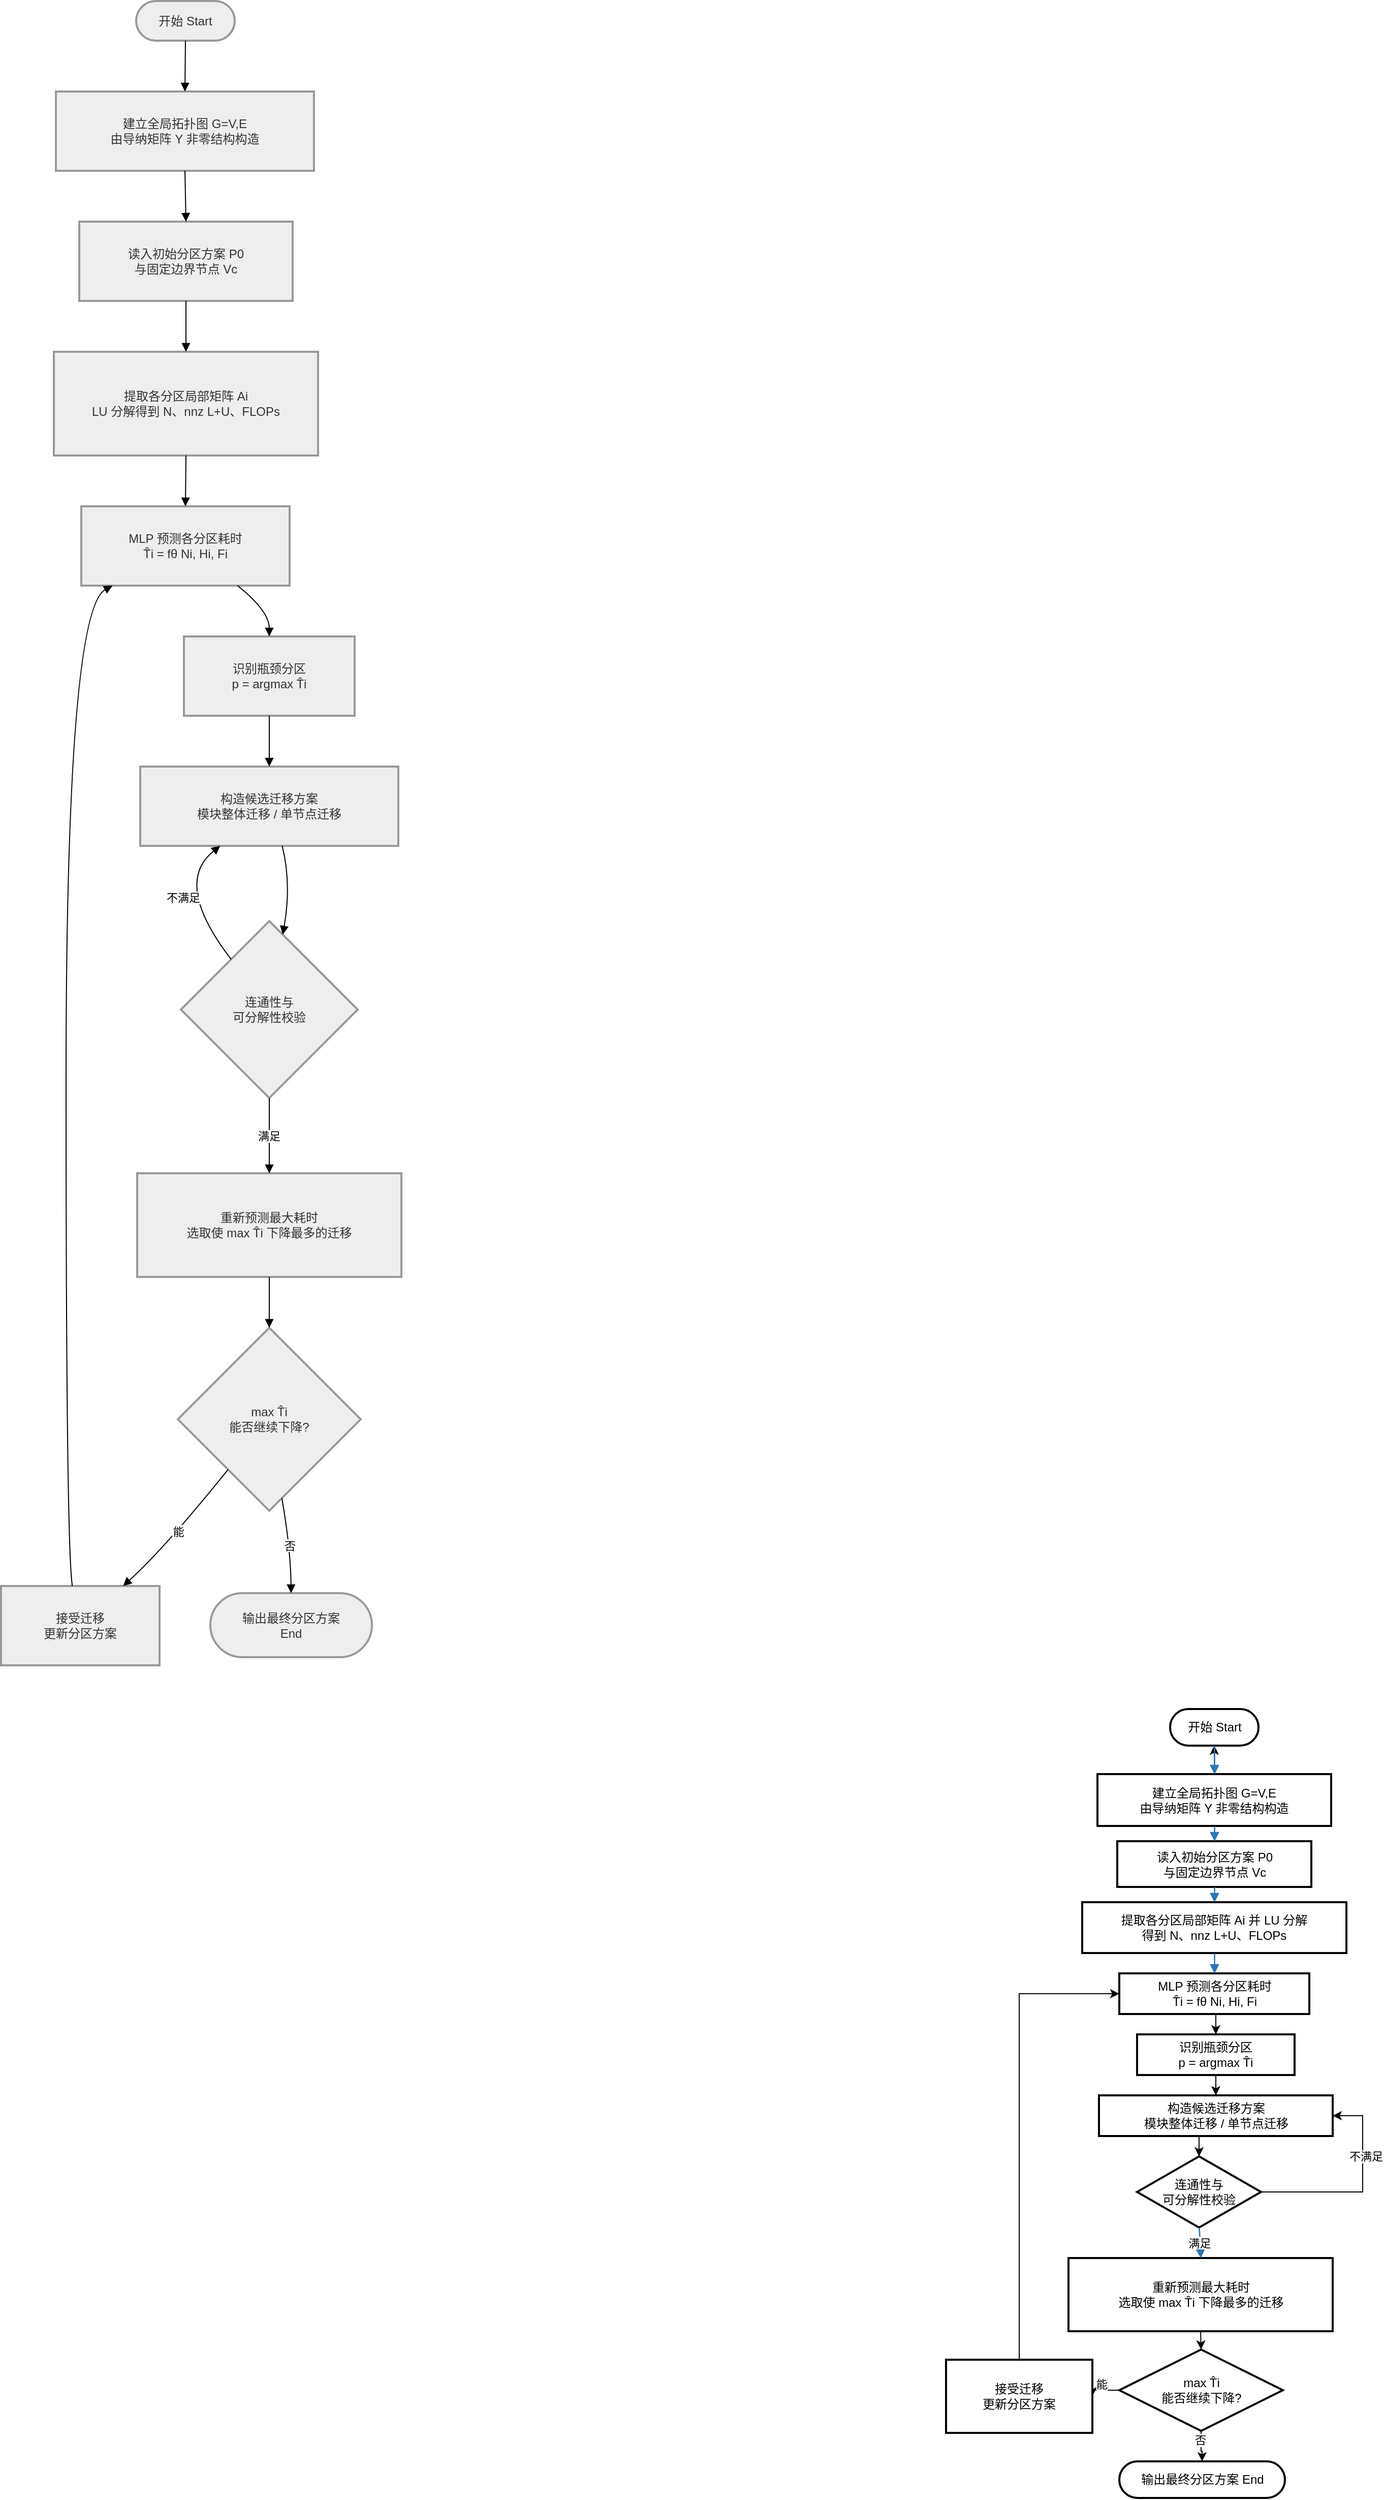
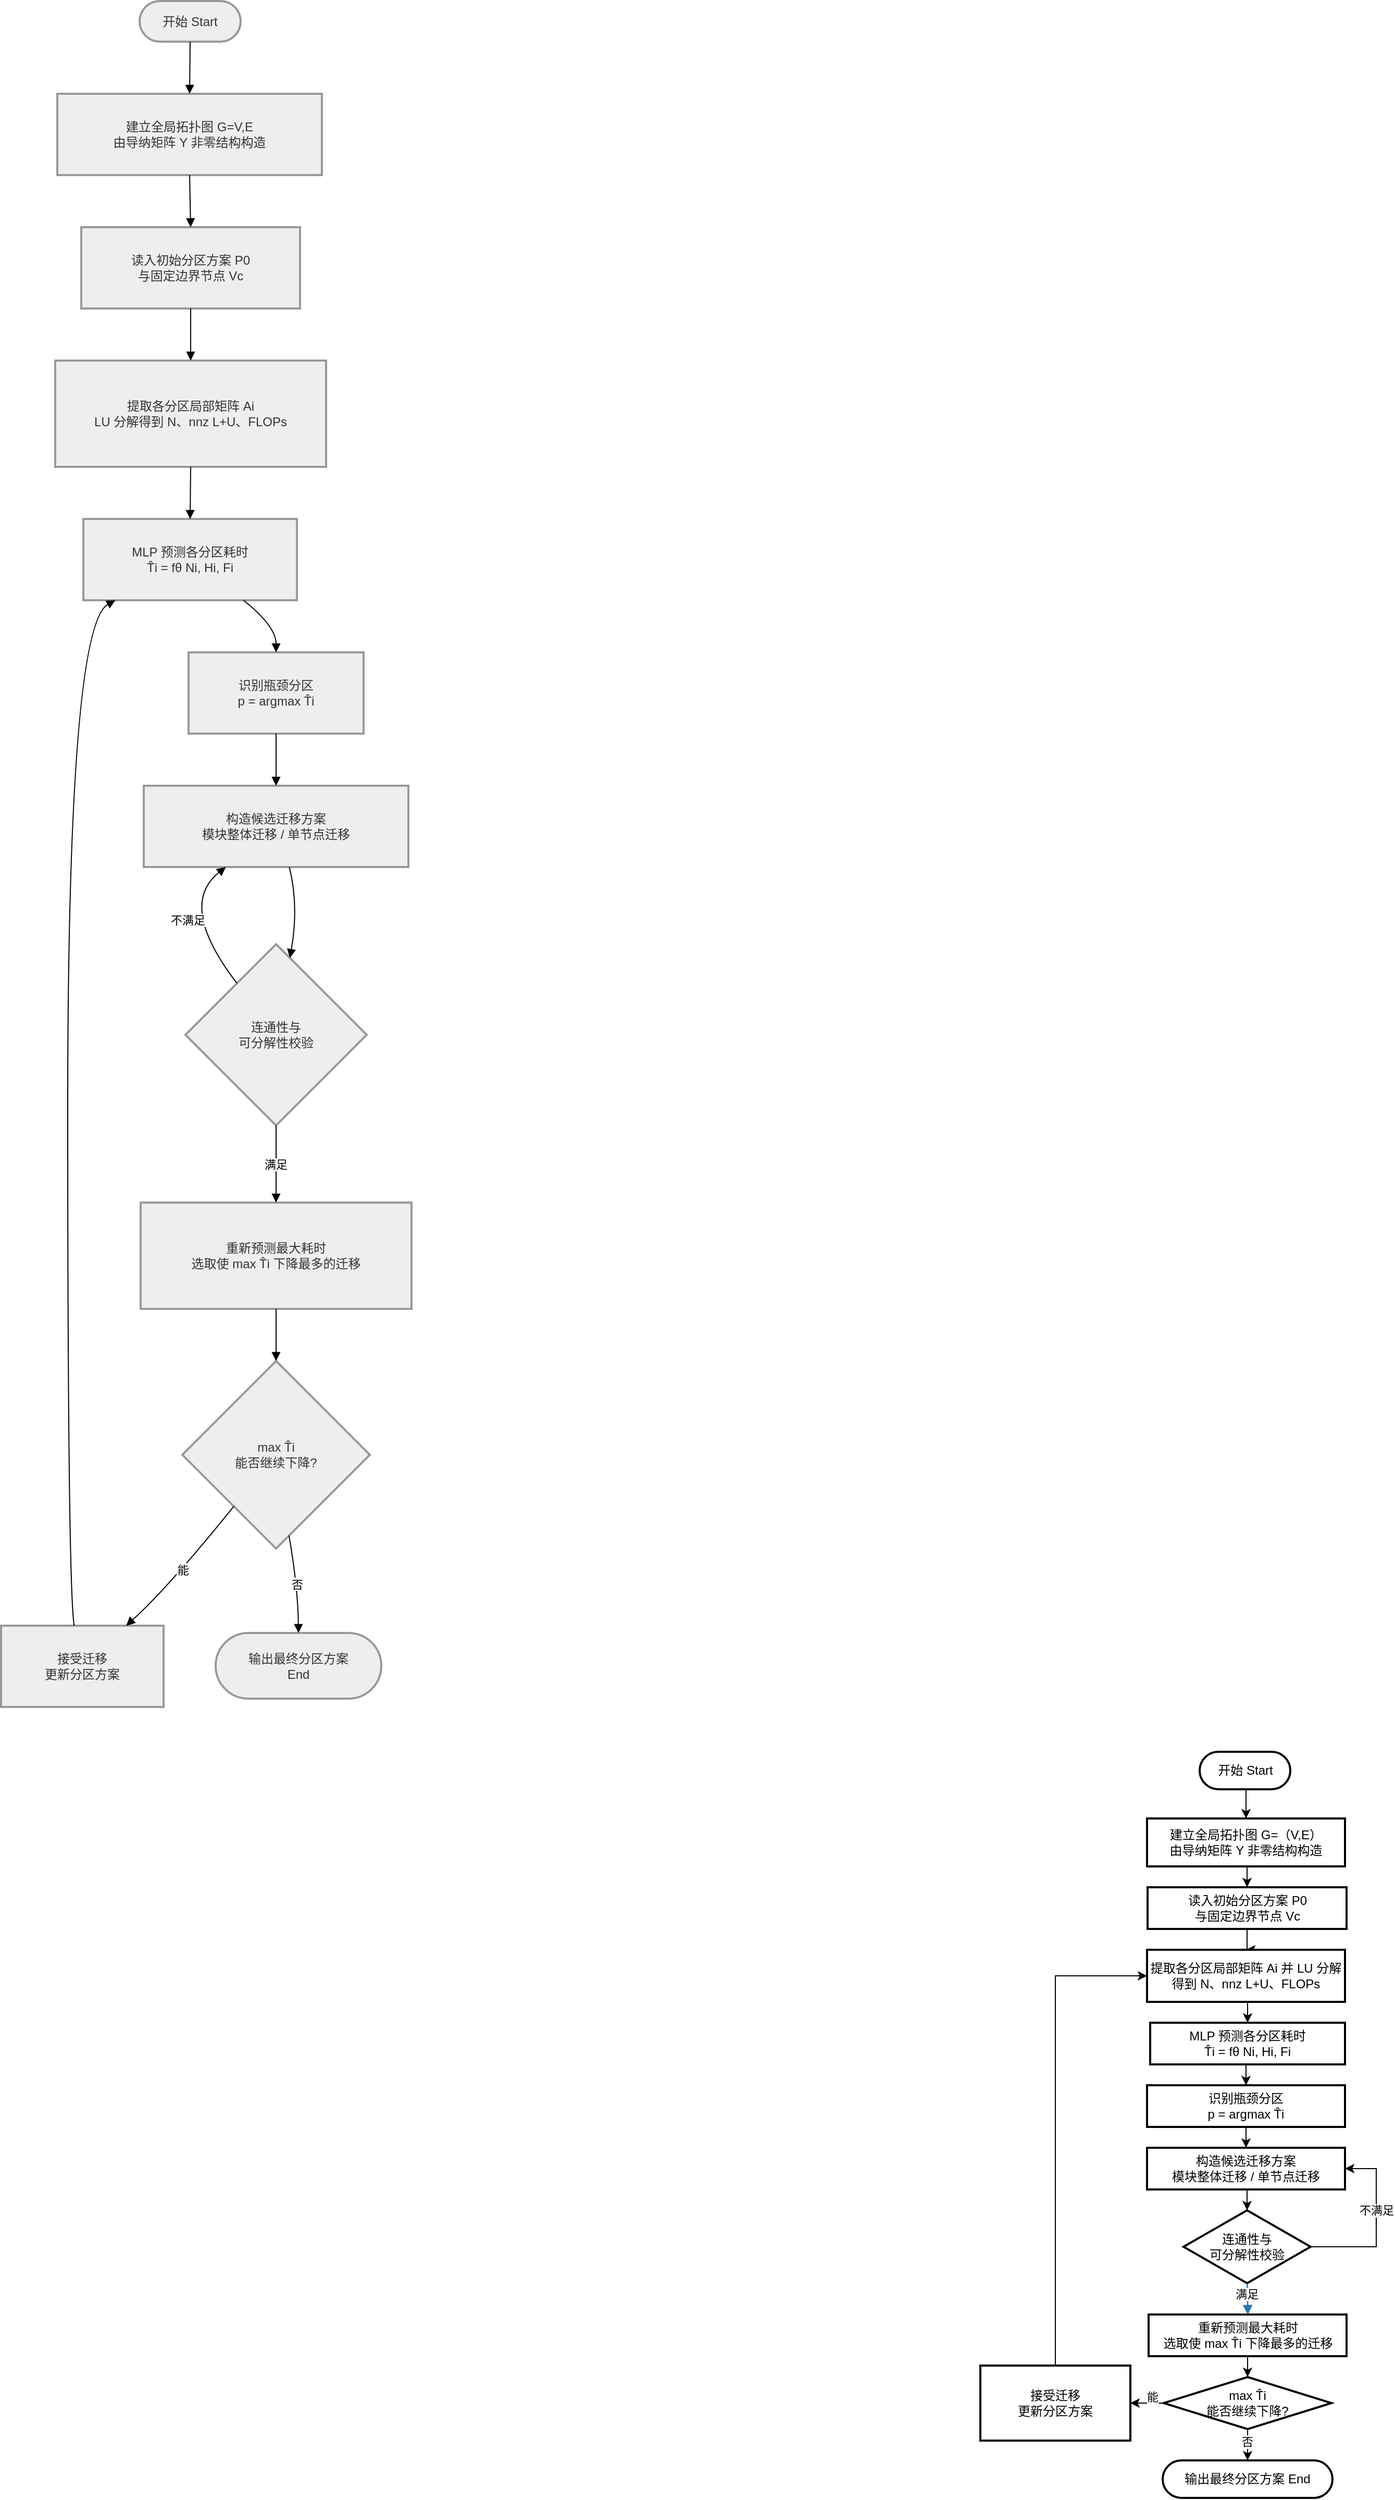
<mxfile host="app.diagrams.net">
  <diagram id="C5RBs43oDa-KdzZeNtuy" name="Page-1">
-     <mxGraphModel dx="1758" dy="933" grid="1" gridSize="10" guides="1" tooltips="1" connect="1" arrows="1" fold="1" page="0" pageScale="1" pageWidth="827" pageHeight="1169" math="0" shadow="0">
+     <mxGraphModel dx="469" dy="249" grid="1" gridSize="10" guides="1" tooltips="1" connect="1" arrows="1" fold="1" page="0" pageScale="1" pageWidth="827" pageHeight="1169" math="0" shadow="0">
      <root>
        <mxCell id="WIyWlLk6GJQsqaUBKTNV-0" />
        <mxCell id="WIyWlLk6GJQsqaUBKTNV-1" parent="WIyWlLk6GJQsqaUBKTNV-0" />
        <mxCell id="Rnd2EKu7hbV3BZERFTsq-0" parent="WIyWlLk6GJQsqaUBKTNV-1" style="rounded=1;whiteSpace=wrap;arcSize=50;strokeWidth=2;fillColor=light-dark(#eeeeee,#1f2020);strokeColor=light-dark(#999999,#cccccc);fontColor=light-dark(#333333,#cccccc);" value="开始 Start" vertex="1">
          <mxGeometry height="39" width="97" x="153" y="20" as="geometry" />
        </mxCell>
        <mxCell id="Rnd2EKu7hbV3BZERFTsq-1" parent="WIyWlLk6GJQsqaUBKTNV-1" style="whiteSpace=wrap;strokeWidth=2;fillColor=light-dark(#eeeeee,#1f2020);strokeColor=light-dark(#999999,#cccccc);fontColor=light-dark(#333333,#cccccc);" value="建立全局拓扑图 G=V,E&#xa;由导纳矩阵 Y 非零结构构造" vertex="1">
          <mxGeometry height="78" width="254" x="74" y="109" as="geometry" />
        </mxCell>
        <mxCell id="Rnd2EKu7hbV3BZERFTsq-2" parent="WIyWlLk6GJQsqaUBKTNV-1" style="whiteSpace=wrap;strokeWidth=2;fillColor=light-dark(#eeeeee,#1f2020);strokeColor=light-dark(#999999,#cccccc);fontColor=light-dark(#333333,#cccccc);" value="读入初始分区方案 P0&#xa;与固定边界节点 Vc" vertex="1">
          <mxGeometry height="78" width="210" x="97" y="237" as="geometry" />
        </mxCell>
        <mxCell id="Rnd2EKu7hbV3BZERFTsq-3" parent="WIyWlLk6GJQsqaUBKTNV-1" style="whiteSpace=wrap;strokeWidth=2;fillColor=light-dark(#eeeeee,#1f2020);strokeColor=light-dark(#999999,#cccccc);fontColor=light-dark(#333333,#cccccc);" value="提取各分区局部矩阵 Ai&#xa;LU 分解得到 N、nnz L+U、FLOPs" vertex="1">
          <mxGeometry height="102" width="260" x="72" y="365" as="geometry" />
        </mxCell>
        <mxCell id="Rnd2EKu7hbV3BZERFTsq-4" parent="WIyWlLk6GJQsqaUBKTNV-1" style="whiteSpace=wrap;strokeWidth=2;fillColor=light-dark(#eeeeee,#1f2020);strokeColor=light-dark(#999999,#cccccc);fontColor=light-dark(#333333,#cccccc);" value="MLP 预测各分区耗时&#xa;T̂i = fθ Ni, Hi, Fi" vertex="1">
          <mxGeometry height="78" width="205" x="99" y="517" as="geometry" />
        </mxCell>
        <mxCell id="Rnd2EKu7hbV3BZERFTsq-5" parent="WIyWlLk6GJQsqaUBKTNV-1" style="whiteSpace=wrap;strokeWidth=2;fillColor=light-dark(#eeeeee,#1f2020);strokeColor=light-dark(#999999,#cccccc);fontColor=light-dark(#333333,#cccccc);" value="识别瓶颈分区&#xa;p = argmax T̂i" vertex="1">
          <mxGeometry height="78" width="168" x="200" y="645" as="geometry" />
        </mxCell>
        <mxCell id="Rnd2EKu7hbV3BZERFTsq-6" parent="WIyWlLk6GJQsqaUBKTNV-1" style="whiteSpace=wrap;strokeWidth=2;fillColor=light-dark(#eeeeee,#1f2020);strokeColor=light-dark(#999999,#cccccc);fontColor=light-dark(#333333,#cccccc);" value="构造候选迁移方案&#xa;模块整体迁移 / 单节点迁移" vertex="1">
          <mxGeometry height="78" width="254" x="157" y="773" as="geometry" />
        </mxCell>
        <mxCell id="Rnd2EKu7hbV3BZERFTsq-7" parent="WIyWlLk6GJQsqaUBKTNV-1" style="rhombus;strokeWidth=2;whiteSpace=wrap;fillColor=light-dark(#eeeeee,#1f2020);strokeColor=light-dark(#999999,#cccccc);fontColor=light-dark(#333333,#cccccc);" value="连通性与&#xa;可分解性校验" vertex="1">
          <mxGeometry height="174" width="174" x="197" y="925" as="geometry" />
        </mxCell>
        <mxCell id="Rnd2EKu7hbV3BZERFTsq-8" parent="WIyWlLk6GJQsqaUBKTNV-1" style="whiteSpace=wrap;strokeWidth=2;fillColor=light-dark(#eeeeee,#1f2020);strokeColor=light-dark(#999999,#cccccc);fontColor=light-dark(#333333,#cccccc);" value="重新预测最大耗时&#xa;选取使 max T̂i 下降最多的迁移" vertex="1">
          <mxGeometry height="102" width="260" x="154" y="1173" as="geometry" />
        </mxCell>
        <mxCell id="Rnd2EKu7hbV3BZERFTsq-9" parent="WIyWlLk6GJQsqaUBKTNV-1" style="rhombus;strokeWidth=2;whiteSpace=wrap;fillColor=light-dark(#eeeeee,#1f2020);strokeColor=light-dark(#999999,#cccccc);fontColor=light-dark(#333333,#cccccc);" value="max T̂i&#xa;能否继续下降?" vertex="1">
          <mxGeometry height="180" width="180" x="194" y="1325" as="geometry" />
        </mxCell>
        <mxCell id="Rnd2EKu7hbV3BZERFTsq-10" parent="WIyWlLk6GJQsqaUBKTNV-1" style="whiteSpace=wrap;strokeWidth=2;fillColor=light-dark(#eeeeee,#1f2020);strokeColor=light-dark(#999999,#cccccc);fontColor=light-dark(#333333,#cccccc);" value="接受迁移&#xa;更新分区方案" vertex="1">
          <mxGeometry height="78" width="156" x="20" y="1579" as="geometry" />
        </mxCell>
        <mxCell id="Rnd2EKu7hbV3BZERFTsq-11" parent="WIyWlLk6GJQsqaUBKTNV-1" style="rounded=1;whiteSpace=wrap;arcSize=50;strokeWidth=2;fillColor=light-dark(#eeeeee,#1f2020);strokeColor=light-dark(#999999,#cccccc);fontColor=light-dark(#333333,#cccccc);" value="输出最终分区方案&#xa;End" vertex="1">
          <mxGeometry height="63" width="159" x="226" y="1586" as="geometry" />
        </mxCell>
        <mxCell id="Rnd2EKu7hbV3BZERFTsq-12" edge="1" parent="WIyWlLk6GJQsqaUBKTNV-1" source="Rnd2EKu7hbV3BZERFTsq-0" style="curved=1;startArrow=none;endArrow=block;exitX=0.5;exitY=1;entryX=0.5;entryY=0;rounded=0;" target="Rnd2EKu7hbV3BZERFTsq-1" value="">
          <mxGeometry relative="1" as="geometry">
            <Array as="points" />
          </mxGeometry>
        </mxCell>
        <mxCell id="Rnd2EKu7hbV3BZERFTsq-13" edge="1" parent="WIyWlLk6GJQsqaUBKTNV-1" source="Rnd2EKu7hbV3BZERFTsq-1" style="curved=1;startArrow=none;endArrow=block;exitX=0.5;exitY=1;entryX=0.5;entryY=0;rounded=0;" target="Rnd2EKu7hbV3BZERFTsq-2" value="">
          <mxGeometry relative="1" as="geometry">
            <Array as="points" />
          </mxGeometry>
        </mxCell>
        <mxCell id="Rnd2EKu7hbV3BZERFTsq-14" edge="1" parent="WIyWlLk6GJQsqaUBKTNV-1" source="Rnd2EKu7hbV3BZERFTsq-2" style="curved=1;startArrow=none;endArrow=block;exitX=0.5;exitY=1;entryX=0.5;entryY=0;rounded=0;" target="Rnd2EKu7hbV3BZERFTsq-3" value="">
          <mxGeometry relative="1" as="geometry">
            <Array as="points" />
          </mxGeometry>
        </mxCell>
        <mxCell id="Rnd2EKu7hbV3BZERFTsq-15" edge="1" parent="WIyWlLk6GJQsqaUBKTNV-1" source="Rnd2EKu7hbV3BZERFTsq-3" style="curved=1;startArrow=none;endArrow=block;exitX=0.5;exitY=1;entryX=0.5;entryY=0;rounded=0;" target="Rnd2EKu7hbV3BZERFTsq-4" value="">
          <mxGeometry relative="1" as="geometry">
            <Array as="points" />
          </mxGeometry>
        </mxCell>
        <mxCell id="Rnd2EKu7hbV3BZERFTsq-16" edge="1" parent="WIyWlLk6GJQsqaUBKTNV-1" source="Rnd2EKu7hbV3BZERFTsq-4" style="curved=1;startArrow=none;endArrow=block;exitX=0.75;exitY=1;entryX=0.5;entryY=0;rounded=0;" target="Rnd2EKu7hbV3BZERFTsq-5" value="">
          <mxGeometry relative="1" as="geometry">
            <Array as="points">
              <mxPoint x="284" y="620" />
            </Array>
          </mxGeometry>
        </mxCell>
        <mxCell id="Rnd2EKu7hbV3BZERFTsq-17" edge="1" parent="WIyWlLk6GJQsqaUBKTNV-1" source="Rnd2EKu7hbV3BZERFTsq-5" style="curved=1;startArrow=none;endArrow=block;exitX=0.5;exitY=1;entryX=0.5;entryY=0;rounded=0;" target="Rnd2EKu7hbV3BZERFTsq-6" value="">
          <mxGeometry relative="1" as="geometry">
            <Array as="points" />
          </mxGeometry>
        </mxCell>
        <mxCell id="Rnd2EKu7hbV3BZERFTsq-18" edge="1" parent="WIyWlLk6GJQsqaUBKTNV-1" source="Rnd2EKu7hbV3BZERFTsq-6" style="curved=1;startArrow=none;endArrow=block;exitX=0.55;exitY=1;entryX=0.59;entryY=0;rounded=0;" target="Rnd2EKu7hbV3BZERFTsq-7" value="">
          <mxGeometry relative="1" as="geometry">
            <Array as="points">
              <mxPoint x="306" y="888" />
            </Array>
          </mxGeometry>
        </mxCell>
        <mxCell id="Rnd2EKu7hbV3BZERFTsq-19" edge="1" parent="WIyWlLk6GJQsqaUBKTNV-1" source="Rnd2EKu7hbV3BZERFTsq-7" style="curved=1;startArrow=none;endArrow=block;exitX=0.12;exitY=0;entryX=0.31;entryY=1;rounded=0;" target="Rnd2EKu7hbV3BZERFTsq-6" value="不满足">
          <mxGeometry relative="1" as="geometry">
            <Array as="points">
              <mxPoint x="189" y="888" />
            </Array>
          </mxGeometry>
        </mxCell>
        <mxCell id="Rnd2EKu7hbV3BZERFTsq-20" edge="1" parent="WIyWlLk6GJQsqaUBKTNV-1" source="Rnd2EKu7hbV3BZERFTsq-7" style="curved=1;startArrow=none;endArrow=block;exitX=0.5;exitY=1;entryX=0.5;entryY=0;rounded=0;" target="Rnd2EKu7hbV3BZERFTsq-8" value="满足">
          <mxGeometry relative="1" as="geometry">
            <Array as="points" />
          </mxGeometry>
        </mxCell>
        <mxCell id="Rnd2EKu7hbV3BZERFTsq-21" edge="1" parent="WIyWlLk6GJQsqaUBKTNV-1" source="Rnd2EKu7hbV3BZERFTsq-8" style="curved=1;startArrow=none;endArrow=block;exitX=0.5;exitY=1;entryX=0.5;entryY=0;rounded=0;" target="Rnd2EKu7hbV3BZERFTsq-9" value="">
          <mxGeometry relative="1" as="geometry">
            <Array as="points" />
          </mxGeometry>
        </mxCell>
        <mxCell id="Rnd2EKu7hbV3BZERFTsq-22" edge="1" parent="WIyWlLk6GJQsqaUBKTNV-1" source="Rnd2EKu7hbV3BZERFTsq-9" style="curved=1;startArrow=none;endArrow=block;exitX=0.09;exitY=1;entryX=0.77;entryY=0;rounded=0;" target="Rnd2EKu7hbV3BZERFTsq-10" value="能">
          <mxGeometry relative="1" as="geometry">
            <Array as="points">
              <mxPoint x="181" y="1542" />
            </Array>
          </mxGeometry>
        </mxCell>
        <mxCell id="Rnd2EKu7hbV3BZERFTsq-23" edge="1" parent="WIyWlLk6GJQsqaUBKTNV-1" source="Rnd2EKu7hbV3BZERFTsq-10" style="curved=1;startArrow=none;endArrow=block;exitX=0.45;exitY=0;entryX=0.15;entryY=1;rounded=0;" target="Rnd2EKu7hbV3BZERFTsq-4" value="">
          <mxGeometry relative="1" as="geometry">
            <Array as="points">
              <mxPoint x="84" y="1542" />
              <mxPoint x="84" y="620" />
            </Array>
          </mxGeometry>
        </mxCell>
        <mxCell id="Rnd2EKu7hbV3BZERFTsq-24" edge="1" parent="WIyWlLk6GJQsqaUBKTNV-1" source="Rnd2EKu7hbV3BZERFTsq-9" style="curved=1;startArrow=none;endArrow=block;exitX=0.58;exitY=1;entryX=0.5;entryY=0.01;rounded=0;" target="Rnd2EKu7hbV3BZERFTsq-11" value="否">
          <mxGeometry relative="1" as="geometry">
            <Array as="points">
              <mxPoint x="305" y="1542" />
            </Array>
          </mxGeometry>
        </mxCell>
+         <mxCell id="Rnd2EKu7hbV3BZERFTsq-74" edge="1" parent="WIyWlLk6GJQsqaUBKTNV-1" source="Rnd2EKu7hbV3BZERFTsq-25" style="edgeStyle=orthogonalEdgeStyle;rounded=0;orthogonalLoop=1;jettySize=auto;html=1;exitX=0.5;exitY=1;exitDx=0;exitDy=0;entryX=0.5;entryY=0;entryDx=0;entryDy=0;" target="Rnd2EKu7hbV3BZERFTsq-26">
+           <mxGeometry relative="1" as="geometry" />
+         </mxCell>
        <mxCell id="Rnd2EKu7hbV3BZERFTsq-25" parent="WIyWlLk6GJQsqaUBKTNV-1" style="rounded=1;whiteSpace=wrap;arcSize=50;strokeWidth=2;fontFamily=Helvetica;" value="开始 Start" vertex="1">
          <mxGeometry height="36" width="87" x="1170.5" y="1700" as="geometry" />
        </mxCell>
-         <mxCell id="Rnd2EKu7hbV3BZERFTsq-50" edge="1" parent="WIyWlLk6GJQsqaUBKTNV-1" source="Rnd2EKu7hbV3BZERFTsq-26" style="edgeStyle=orthogonalEdgeStyle;rounded=0;orthogonalLoop=1;jettySize=auto;html=1;" target="Rnd2EKu7hbV3BZERFTsq-25" value="">
-           <mxGeometry relative="1" as="geometry" />
-         </mxCell>
-         <mxCell id="Rnd2EKu7hbV3BZERFTsq-26" parent="WIyWlLk6GJQsqaUBKTNV-1" style="whiteSpace=wrap;strokeWidth=2;fontFamily=Helvetica;" value="建立全局拓扑图 G=V,E&#xa;由导纳矩阵 Y 非零结构构造" vertex="1">
-           <mxGeometry height="51" width="230" x="1099" y="1764" as="geometry" />
+         <mxCell id="Rnd2EKu7hbV3BZERFTsq-77" edge="1" parent="WIyWlLk6GJQsqaUBKTNV-1" source="Rnd2EKu7hbV3BZERFTsq-26" style="edgeStyle=orthogonalEdgeStyle;rounded=0;orthogonalLoop=1;jettySize=auto;html=1;exitX=0.5;exitY=1;exitDx=0;exitDy=0;entryX=0.5;entryY=0;entryDx=0;entryDy=0;" target="Rnd2EKu7hbV3BZERFTsq-27">
+           <mxGeometry relative="1" as="geometry" />
+         </mxCell>
+         <mxCell id="Rnd2EKu7hbV3BZERFTsq-26" parent="WIyWlLk6GJQsqaUBKTNV-1" style="whiteSpace=wrap;strokeWidth=2;fontFamily=Helvetica;" value="建立全局拓扑图 G=（V,E）&#xa;由导纳矩阵 Y 非零结构构造" vertex="1">
+           <mxGeometry height="46" width="190" x="1120" y="1764" as="geometry" />
+         </mxCell>
+         <mxCell id="Rnd2EKu7hbV3BZERFTsq-80" edge="1" parent="WIyWlLk6GJQsqaUBKTNV-1" source="Rnd2EKu7hbV3BZERFTsq-27" style="edgeStyle=orthogonalEdgeStyle;rounded=0;orthogonalLoop=1;jettySize=auto;html=1;entryX=0.5;entryY=0;entryDx=0;entryDy=0;" target="Rnd2EKu7hbV3BZERFTsq-28">
+           <mxGeometry relative="1" as="geometry" />
        </mxCell>
        <mxCell id="Rnd2EKu7hbV3BZERFTsq-27" parent="WIyWlLk6GJQsqaUBKTNV-1" style="whiteSpace=wrap;strokeWidth=2;fontFamily=Helvetica;" value="读入初始分区方案 P0&#xa;与固定边界节点 Vc" vertex="1">
-           <mxGeometry height="45" width="191" x="1118.5" y="1830" as="geometry" />
+           <mxGeometry height="40" width="191" x="1120.5" y="1830" as="geometry" />
+         </mxCell>
+         <mxCell id="Rnd2EKu7hbV3BZERFTsq-81" edge="1" parent="WIyWlLk6GJQsqaUBKTNV-1" source="Rnd2EKu7hbV3BZERFTsq-28" style="edgeStyle=orthogonalEdgeStyle;rounded=0;orthogonalLoop=1;jettySize=auto;html=1;exitX=0.5;exitY=1;exitDx=0;exitDy=0;entryX=0.5;entryY=0;entryDx=0;entryDy=0;" target="Rnd2EKu7hbV3BZERFTsq-29">
+           <mxGeometry relative="1" as="geometry" />
        </mxCell>
        <mxCell id="Rnd2EKu7hbV3BZERFTsq-28" parent="WIyWlLk6GJQsqaUBKTNV-1" style="whiteSpace=wrap;strokeWidth=2;fontFamily=Helvetica;" value="提取各分区局部矩阵 Ai 并 LU 分解&#xa;得到 N、nnz L+U、FLOPs" vertex="1">
-           <mxGeometry height="50" width="260" x="1084" y="1890" as="geometry" />
+           <mxGeometry height="50" width="190" x="1120" y="1890" as="geometry" />
        </mxCell>
        <mxCell id="Rnd2EKu7hbV3BZERFTsq-53" edge="1" parent="WIyWlLk6GJQsqaUBKTNV-1" source="Rnd2EKu7hbV3BZERFTsq-29" style="edgeStyle=orthogonalEdgeStyle;rounded=0;orthogonalLoop=1;jettySize=auto;html=1;exitX=0.5;exitY=1;exitDx=0;exitDy=0;entryX=0.5;entryY=0;entryDx=0;entryDy=0;" target="Rnd2EKu7hbV3BZERFTsq-30">
          <mxGeometry relative="1" as="geometry" />
        </mxCell>
        <mxCell id="Rnd2EKu7hbV3BZERFTsq-29" parent="WIyWlLk6GJQsqaUBKTNV-1" style="whiteSpace=wrap;strokeWidth=2;fontFamily=Helvetica;" value="MLP 预测各分区耗时&#xa;T̂i = fθ Ni, Hi, Fi" vertex="1">
-           <mxGeometry height="40" width="187" x="1120.5" y="1960" as="geometry" />
+           <mxGeometry height="40" width="187" x="1123" y="1960" as="geometry" />
        </mxCell>
        <mxCell id="Rnd2EKu7hbV3BZERFTsq-60" edge="1" parent="WIyWlLk6GJQsqaUBKTNV-1" source="Rnd2EKu7hbV3BZERFTsq-30" style="edgeStyle=orthogonalEdgeStyle;rounded=0;orthogonalLoop=1;jettySize=auto;html=1;exitX=0.5;exitY=1;exitDx=0;exitDy=0;entryX=0.5;entryY=0;entryDx=0;entryDy=0;" target="Rnd2EKu7hbV3BZERFTsq-31">
          <mxGeometry relative="1" as="geometry" />
        </mxCell>
        <mxCell id="Rnd2EKu7hbV3BZERFTsq-30" parent="WIyWlLk6GJQsqaUBKTNV-1" style="whiteSpace=wrap;strokeWidth=2;fontFamily=Helvetica;" value="识别瓶颈分区&#xa;p = argmax T̂i" vertex="1">
-           <mxGeometry height="40" width="155" x="1138" y="2020" as="geometry" />
-         </mxCell>
-         <mxCell id="Rnd2EKu7hbV3BZERFTsq-61" edge="1" parent="WIyWlLk6GJQsqaUBKTNV-1" source="Rnd2EKu7hbV3BZERFTsq-31" style="edgeStyle=orthogonalEdgeStyle;rounded=0;orthogonalLoop=1;jettySize=auto;html=1;exitX=0.5;exitY=1;exitDx=0;exitDy=0;entryX=0.5;entryY=0;entryDx=0;entryDy=0;" target="Rnd2EKu7hbV3BZERFTsq-32">
+           <mxGeometry height="40" width="190" x="1120" y="2020" as="geometry" />
+         </mxCell>
+         <mxCell id="Rnd2EKu7hbV3BZERFTsq-83" edge="1" parent="WIyWlLk6GJQsqaUBKTNV-1" source="Rnd2EKu7hbV3BZERFTsq-31" style="edgeStyle=orthogonalEdgeStyle;rounded=0;orthogonalLoop=1;jettySize=auto;html=1;exitX=0.5;exitY=1;exitDx=0;exitDy=0;entryX=0.5;entryY=0;entryDx=0;entryDy=0;" target="Rnd2EKu7hbV3BZERFTsq-32">
          <mxGeometry relative="1" as="geometry" />
        </mxCell>
        <mxCell id="Rnd2EKu7hbV3BZERFTsq-31" parent="WIyWlLk6GJQsqaUBKTNV-1" style="whiteSpace=wrap;strokeWidth=2;fontFamily=Helvetica;" value="构造候选迁移方案&#xa;模块整体迁移 / 单节点迁移" vertex="1">
-           <mxGeometry height="40" width="230" x="1100.5" y="2080" as="geometry" />
+           <mxGeometry height="40" width="190" x="1120" y="2080" as="geometry" />
        </mxCell>
        <mxCell id="Rnd2EKu7hbV3BZERFTsq-62" edge="1" parent="WIyWlLk6GJQsqaUBKTNV-1" source="Rnd2EKu7hbV3BZERFTsq-32" style="edgeStyle=orthogonalEdgeStyle;rounded=0;orthogonalLoop=1;jettySize=auto;html=1;exitX=1;exitY=0.5;exitDx=0;exitDy=0;entryX=1;entryY=0.5;entryDx=0;entryDy=0;" target="Rnd2EKu7hbV3BZERFTsq-31">
          <mxGeometry relative="1" as="geometry">
            <Array as="points">
-               <mxPoint x="1360" y="2175" />
-               <mxPoint x="1360" y="2100" />
+               <mxPoint x="1340" y="2175" />
+               <mxPoint x="1340" y="2100" />
            </Array>
          </mxGeometry>
        </mxCell>
        <mxCell id="Rnd2EKu7hbV3BZERFTsq-63" connectable="0" parent="Rnd2EKu7hbV3BZERFTsq-62" style="edgeLabel;html=1;align=center;verticalAlign=middle;resizable=0;points=[];" value="不满足" vertex="1">
          <mxGeometry relative="1" x="0.1893" y="-3" as="geometry">
-             <mxPoint y="-14" as="offset" />
+             <mxPoint x="-3" y="2" as="offset" />
          </mxGeometry>
        </mxCell>
        <mxCell id="Rnd2EKu7hbV3BZERFTsq-32" parent="WIyWlLk6GJQsqaUBKTNV-1" style="rhombus;strokeWidth=2;whiteSpace=wrap;fontFamily=Helvetica;" value="连通性与&#xa;可分解性校验" vertex="1">
-           <mxGeometry height="70" width="122" x="1138" y="2140" as="geometry" />
-         </mxCell>
-         <mxCell id="Rnd2EKu7hbV3BZERFTsq-64" edge="1" parent="WIyWlLk6GJQsqaUBKTNV-1" source="Rnd2EKu7hbV3BZERFTsq-33" style="edgeStyle=orthogonalEdgeStyle;rounded=0;orthogonalLoop=1;jettySize=auto;html=1;exitX=0.5;exitY=1;exitDx=0;exitDy=0;entryX=0.5;entryY=0;entryDx=0;entryDy=0;" target="Rnd2EKu7hbV3BZERFTsq-34">
+           <mxGeometry height="70" width="122" x="1155" y="2140" as="geometry" />
+         </mxCell>
+         <mxCell id="Rnd2EKu7hbV3BZERFTsq-85" edge="1" parent="WIyWlLk6GJQsqaUBKTNV-1" source="Rnd2EKu7hbV3BZERFTsq-33" style="edgeStyle=orthogonalEdgeStyle;rounded=0;orthogonalLoop=1;jettySize=auto;html=1;exitX=0.5;exitY=1;exitDx=0;exitDy=0;entryX=0.5;entryY=0;entryDx=0;entryDy=0;" target="Rnd2EKu7hbV3BZERFTsq-34">
          <mxGeometry relative="1" as="geometry" />
        </mxCell>
        <mxCell id="Rnd2EKu7hbV3BZERFTsq-33" parent="WIyWlLk6GJQsqaUBKTNV-1" style="whiteSpace=wrap;strokeWidth=2;fontFamily=Helvetica;" value="重新预测最大耗时&#xa;选取使 max T̂i 下降最多的迁移" vertex="1">
-           <mxGeometry height="72" width="260" x="1070.5" y="2240" as="geometry" />
+           <mxGeometry height="40" width="190" x="1121.5" y="2240" as="geometry" />
        </mxCell>
        <mxCell id="Rnd2EKu7hbV3BZERFTsq-57" edge="1" parent="WIyWlLk6GJQsqaUBKTNV-1" source="Rnd2EKu7hbV3BZERFTsq-34" style="edgeStyle=orthogonalEdgeStyle;rounded=0;orthogonalLoop=1;jettySize=auto;html=1;exitX=0.5;exitY=1;exitDx=0;exitDy=0;" target="Rnd2EKu7hbV3BZERFTsq-36">
          <mxGeometry relative="1" as="geometry" />
        </mxCell>
        <mxCell id="Rnd2EKu7hbV3BZERFTsq-65" connectable="0" parent="Rnd2EKu7hbV3BZERFTsq-57" style="edgeLabel;html=1;align=center;verticalAlign=middle;resizable=0;points=[];" value="否" vertex="1">
          <mxGeometry relative="1" x="-0.5098" y="-1" as="geometry">
-             <mxPoint y="1" as="offset" />
+             <mxPoint y="-1" as="offset" />
          </mxGeometry>
        </mxCell>
        <mxCell id="Rnd2EKu7hbV3BZERFTsq-66" edge="1" parent="WIyWlLk6GJQsqaUBKTNV-1" source="Rnd2EKu7hbV3BZERFTsq-34" style="edgeStyle=orthogonalEdgeStyle;rounded=0;orthogonalLoop=1;jettySize=auto;html=1;exitX=0;exitY=0.5;exitDx=0;exitDy=0;entryX=1;entryY=0.5;entryDx=0;entryDy=0;" target="Rnd2EKu7hbV3BZERFTsq-35">
          <mxGeometry relative="1" as="geometry" />
        </mxCell>
        <mxCell id="Rnd2EKu7hbV3BZERFTsq-67" connectable="0" parent="Rnd2EKu7hbV3BZERFTsq-66" style="edgeLabel;html=1;align=center;verticalAlign=middle;resizable=0;points=[];" value="能" vertex="1">
          <mxGeometry relative="1" x="0.0617" y="-6" as="geometry">
+             <mxPoint x="6" as="offset" />
+           </mxGeometry>
+         </mxCell>
+         <mxCell id="Rnd2EKu7hbV3BZERFTsq-34" parent="WIyWlLk6GJQsqaUBKTNV-1" style="rhombus;strokeWidth=2;whiteSpace=wrap;fontFamily=Helvetica;" value="max T̂i&#xa;能否继续下降?" vertex="1">
+           <mxGeometry height="50" width="161" x="1136" y="2300" as="geometry" />
+         </mxCell>
+         <mxCell id="Rnd2EKu7hbV3BZERFTsq-70" edge="1" parent="WIyWlLk6GJQsqaUBKTNV-1" source="Rnd2EKu7hbV3BZERFTsq-35" style="edgeStyle=orthogonalEdgeStyle;rounded=0;orthogonalLoop=1;jettySize=auto;html=1;exitX=0.5;exitY=0;exitDx=0;exitDy=0;entryX=0;entryY=0.5;entryDx=0;entryDy=0;" target="Rnd2EKu7hbV3BZERFTsq-28">
+           <mxGeometry relative="1" as="geometry" />
+         </mxCell>
+         <mxCell id="Rnd2EKu7hbV3BZERFTsq-35" parent="WIyWlLk6GJQsqaUBKTNV-1" style="whiteSpace=wrap;strokeWidth=2;fontFamily=Helvetica;" value="接受迁移&#xa;更新分区方案" vertex="1">
+           <mxGeometry height="72" width="144" x="960" y="2289" as="geometry" />
+         </mxCell>
+         <mxCell id="Rnd2EKu7hbV3BZERFTsq-36" parent="WIyWlLk6GJQsqaUBKTNV-1" style="rounded=1;whiteSpace=wrap;arcSize=50;strokeWidth=2;fontFamily=Helvetica;" value="输出最终分区方案 End" vertex="1">
+           <mxGeometry height="36" width="163" x="1135" y="2380" as="geometry" />
+         </mxCell>
+         <mxCell id="Rnd2EKu7hbV3BZERFTsq-45" edge="1" parent="WIyWlLk6GJQsqaUBKTNV-1" source="Rnd2EKu7hbV3BZERFTsq-32" style="curved=1;startArrow=none;endArrow=block;strokeColor=#2E75B6;strokeWidth=1.3;;exitX=0.5;exitY=1;entryX=0.5;entryY=0;rounded=0;fontFamily=Helvetica;" target="Rnd2EKu7hbV3BZERFTsq-33" value="满足">
+           <mxGeometry relative="1" x="-0.3335" as="geometry">
            <mxPoint as="offset" />
-           </mxGeometry>
-         </mxCell>
-         <mxCell id="Rnd2EKu7hbV3BZERFTsq-34" parent="WIyWlLk6GJQsqaUBKTNV-1" style="rhombus;strokeWidth=2;whiteSpace=wrap;fontFamily=Helvetica;" value="max T̂i&#xa;能否继续下降?" vertex="1">
-           <mxGeometry height="80" width="161" x="1120.5" y="2330" as="geometry" />
-         </mxCell>
-         <mxCell id="Rnd2EKu7hbV3BZERFTsq-68" edge="1" parent="WIyWlLk6GJQsqaUBKTNV-1" source="Rnd2EKu7hbV3BZERFTsq-35" style="edgeStyle=orthogonalEdgeStyle;rounded=0;orthogonalLoop=1;jettySize=auto;html=1;exitX=0.5;exitY=0;exitDx=0;exitDy=0;entryX=0;entryY=0.5;entryDx=0;entryDy=0;" target="Rnd2EKu7hbV3BZERFTsq-29">
-           <mxGeometry relative="1" as="geometry" />
-         </mxCell>
-         <mxCell id="Rnd2EKu7hbV3BZERFTsq-35" parent="WIyWlLk6GJQsqaUBKTNV-1" style="whiteSpace=wrap;strokeWidth=2;fontFamily=Helvetica;" value="接受迁移&#xa;更新分区方案" vertex="1">
-           <mxGeometry height="72" width="144" x="950" y="2340" as="geometry" />
-         </mxCell>
-         <mxCell id="Rnd2EKu7hbV3BZERFTsq-36" parent="WIyWlLk6GJQsqaUBKTNV-1" style="rounded=1;whiteSpace=wrap;arcSize=50;strokeWidth=2;fontFamily=Helvetica;" value="输出最终分区方案 End" vertex="1">
-           <mxGeometry height="36" width="163" x="1120.5" y="2440" as="geometry" />
-         </mxCell>
-         <mxCell id="Rnd2EKu7hbV3BZERFTsq-37" edge="1" parent="WIyWlLk6GJQsqaUBKTNV-1" source="Rnd2EKu7hbV3BZERFTsq-25" style="curved=1;startArrow=none;endArrow=block;strokeColor=#2E75B6;strokeWidth=1.3;;exitX=0.5;exitY=1;entryX=0.5;entryY=0;rounded=0;fontFamily=Helvetica;" target="Rnd2EKu7hbV3BZERFTsq-26" value="">
-           <mxGeometry relative="1" as="geometry">
-             <Array as="points" />
-           </mxGeometry>
-         </mxCell>
-         <mxCell id="Rnd2EKu7hbV3BZERFTsq-38" edge="1" parent="WIyWlLk6GJQsqaUBKTNV-1" source="Rnd2EKu7hbV3BZERFTsq-26" style="curved=1;startArrow=none;endArrow=block;strokeColor=#2E75B6;strokeWidth=1.3;;exitX=0.5;exitY=1;entryX=0.5;entryY=0;rounded=0;fontFamily=Helvetica;" target="Rnd2EKu7hbV3BZERFTsq-27" value="">
-           <mxGeometry relative="1" as="geometry">
-             <Array as="points" />
-           </mxGeometry>
-         </mxCell>
-         <mxCell id="Rnd2EKu7hbV3BZERFTsq-39" edge="1" parent="WIyWlLk6GJQsqaUBKTNV-1" source="Rnd2EKu7hbV3BZERFTsq-27" style="curved=1;startArrow=none;endArrow=block;strokeColor=#2E75B6;strokeWidth=1.3;;exitX=0.5;exitY=1;entryX=0.5;entryY=0;rounded=0;fontFamily=Helvetica;" target="Rnd2EKu7hbV3BZERFTsq-28" value="">
-           <mxGeometry relative="1" as="geometry">
-             <Array as="points" />
-           </mxGeometry>
-         </mxCell>
-         <mxCell id="Rnd2EKu7hbV3BZERFTsq-40" edge="1" parent="WIyWlLk6GJQsqaUBKTNV-1" source="Rnd2EKu7hbV3BZERFTsq-28" style="curved=1;startArrow=none;endArrow=block;strokeColor=#2E75B6;strokeWidth=1.3;;exitX=0.5;exitY=1;entryX=0.5;entryY=0;rounded=0;fontFamily=Helvetica;" target="Rnd2EKu7hbV3BZERFTsq-29" value="">
-           <mxGeometry relative="1" as="geometry">
-             <Array as="points" />
-           </mxGeometry>
-         </mxCell>
-         <mxCell id="Rnd2EKu7hbV3BZERFTsq-45" edge="1" parent="WIyWlLk6GJQsqaUBKTNV-1" source="Rnd2EKu7hbV3BZERFTsq-32" style="curved=1;startArrow=none;endArrow=block;strokeColor=#2E75B6;strokeWidth=1.3;;exitX=0.5;exitY=1;entryX=0.5;entryY=0;rounded=0;fontFamily=Helvetica;" target="Rnd2EKu7hbV3BZERFTsq-33" value="满足">
-           <mxGeometry relative="1" as="geometry">
            <Array as="points" />
          </mxGeometry>
        </mxCell>
        <mxCell id="Rnd2EKu7hbV3BZERFTsq-69" edge="1" parent="WIyWlLk6GJQsqaUBKTNV-1" source="Rnd2EKu7hbV3BZERFTsq-32" style="edgeStyle=orthogonalEdgeStyle;rounded=0;orthogonalLoop=1;jettySize=auto;html=1;exitX=0.5;exitY=1;exitDx=0;exitDy=0;" target="Rnd2EKu7hbV3BZERFTsq-32">
          <mxGeometry relative="1" as="geometry" />
        </mxCell>
      </root>
    </mxGraphModel>
  </diagram>
</mxfile>
